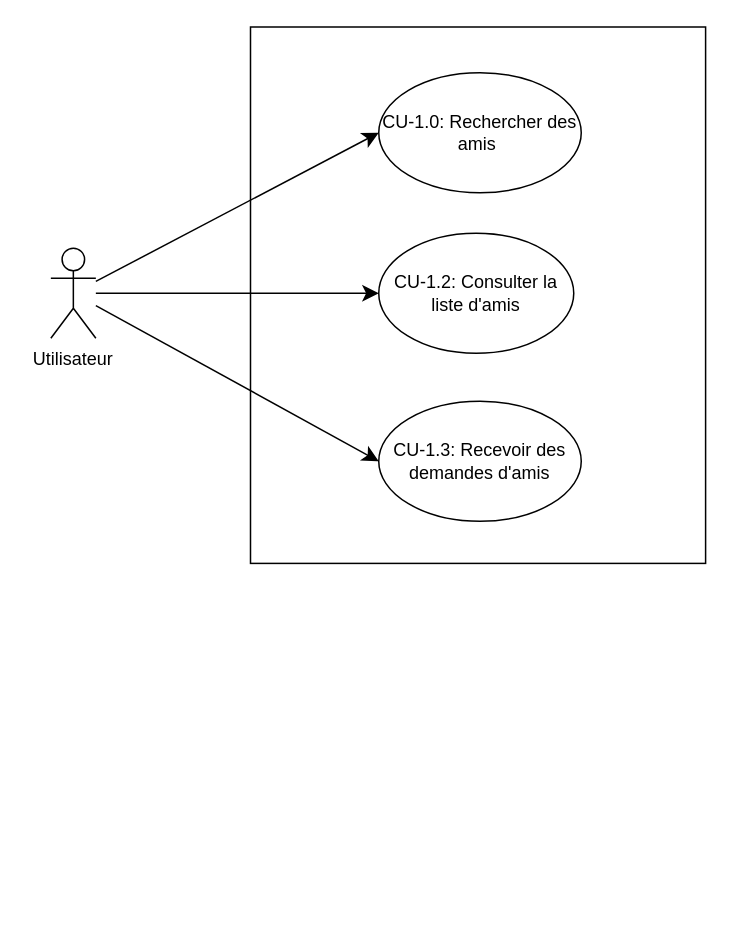
Earlier version of the draw.io diagram page "Page-5" (5 of 5) of Diagramme sans nom.drawio (Andreea-Maria1/uml-projet3). Source tidied: cells renumbered, new cells numbered last; positions are measured from the earlier drawing's top-left corner, leaving out a move shared by most shapes. Both pictures are drawn from the tidied source at 150%, with x=0, y=0 at pixel (50, 68).
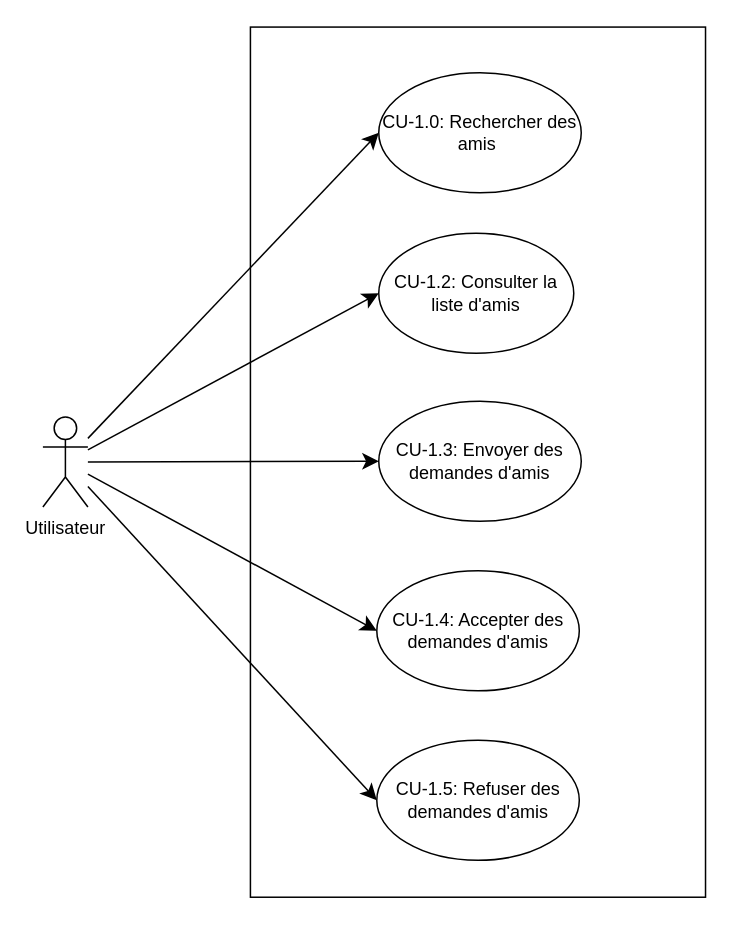
After the change.

The edit, as a diff of the source:
```diff
@@
 <mxGraphModel>
   <root>
     <mxCell id="0" />
     <mxCell id="1" parent="0" />
     <mxCell id="2" style="rounded=0;whiteSpace=wrap;html=1;rotation=90;" parent="1" vertex="1">
-      <mxGeometry x="106.4" y="-0.4" width="357.6" height="303.4" as="geometry" />
+      <mxGeometry x="-4.9" y="110.9" width="580.1" height="303.4" as="geometry" />
     </mxCell>
     <mxCell id="3" style="edgeStyle=none;curved=1;rounded=0;jettySize=auto;html=1;entryX=0;entryY=0.5;entryDx=0;entryDy=0;fontSize=12;startSize=8;endSize=8;" parent="1" edge="1" source="6" target="8">
       <mxGeometry relative="1" as="geometry">
         <Array as="points">
           <mxPoint x="219" y="150" />
         </Array>
       </mxGeometry>
     </mxCell>
     <mxCell id="4" style="edgeStyle=none;curved=1;rounded=0;jettySize=auto;html=1;entryX=0;entryY=0.5;entryDx=0;entryDy=0;fontSize=12;startSize=8;endSize=8;" parent="1" edge="1" source="6" target="7">
       <mxGeometry relative="1" as="geometry" />
     </mxCell>
-    <mxCell id="5" style="edgeStyle=none;curved=1;rounded=0;jettySize=auto;html=1;entryX=0;entryY=0.5;entryDx=0;entryDy=0;fontSize=12;startSize=8;endSize=8;" parent="1" edge="1" source="6" target="9">
+    <mxCell id="5" style="edgeStyle=none;curved=1;rounded=0;jettySize=auto;html=1;entryX=0;entryY=0.5;entryDx=0;entryDy=0;fontSize=12;startSize=8;endSize=8;" parent="1" edge="1" source="6" target="12">
       <mxGeometry relative="1" as="geometry" />
     </mxCell>
+    <mxCell id="10" style="edgeStyle=none;curved=1;rounded=0;jettySize=auto;html=1;entryX=0;entryY=0.5;entryDx=0;entryDy=0;fontSize=12;startSize=8;endSize=8;" parent="1" edge="1" source="6" target="13">
+      <mxGeometry relative="1" as="geometry" />
+    </mxCell>
+    <mxCell id="11" style="edgeStyle=none;curved=1;rounded=0;jettySize=auto;html=1;entryX=0;entryY=0.5;entryDx=0;entryDy=0;fontSize=12;startSize=8;endSize=8;" parent="1" edge="1" source="6" target="14">
+      <mxGeometry relative="1" as="geometry" />
+    </mxCell>
     <mxCell id="6" value="Utilisateur" style="shape=umlActor;verticalLabelPosition=bottom;verticalAlign=top;html=1;outlineConnect=0;" parent="1" vertex="1">
-      <mxGeometry x="0.4" y="120" width="30" height="60" as="geometry" />
+      <mxGeometry x="-4.9" y="232.5" width="30" height="60" as="geometry" />
     </mxCell>
     <mxCell id="7" value="CU-1.0: Rechercher des amis&amp;nbsp;" style="ellipse;whiteSpace=wrap;html=1;" parent="1" vertex="1">
       <mxGeometry x="219" y="3" width="135" height="80" as="geometry" />
     </mxCell>
     <mxCell id="8" value="CU-1.2: Consulter la liste d'amis" style="ellipse;whiteSpace=wrap;html=1;" parent="1" vertex="1">
       <mxGeometry x="219" y="110" width="130" height="80" as="geometry" />
     </mxCell>
-    <mxCell id="9" value="CU-1.3: Recevoir des demandes d'amis" style="ellipse;whiteSpace=wrap;html=1;" parent="1" vertex="1">
-      <mxGeometry x="219" y="222" width="135" height="80" as="geometry" />
-    </mxCell>
+    <mxCell id="12" value="CU-1.3: Envoyer des demandes d'amis" style="ellipse;whiteSpace=wrap;html=1;" parent="1" vertex="1">
+      <mxGeometry x="219" y="222" width="135" height="80" as="geometry" />
+    </mxCell>
+    <mxCell id="13" value="CU-1.4: Accepter des demandes d'amis" style="ellipse;whiteSpace=wrap;html=1;" parent="1" vertex="1">
+      <mxGeometry x="217.7" y="335" width="135" height="80" as="geometry" />
+    </mxCell>
+    <mxCell id="14" value="CU-1.5: Refuser des demandes d'amis" style="ellipse;whiteSpace=wrap;html=1;" parent="1" vertex="1">
+      <mxGeometry x="217.7" y="448" width="135" height="80" as="geometry" />
+    </mxCell>
   </root>
 </mxGraphModel>
```
